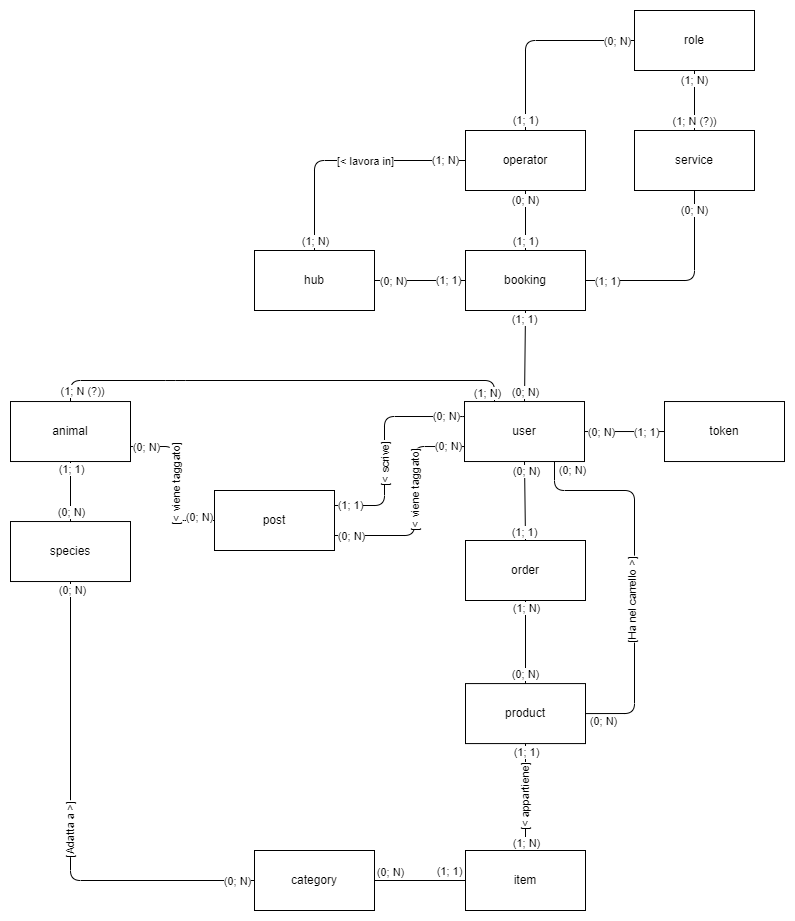
This is docs/db/animal_house_er.png from NotXia/animal-house, a draw.io export, as it was before one commit. Source tidied: cells renumbered, new cells last; positions are measured from the earlier drawing's top-left corner, leaving out a move shared by most shapes.
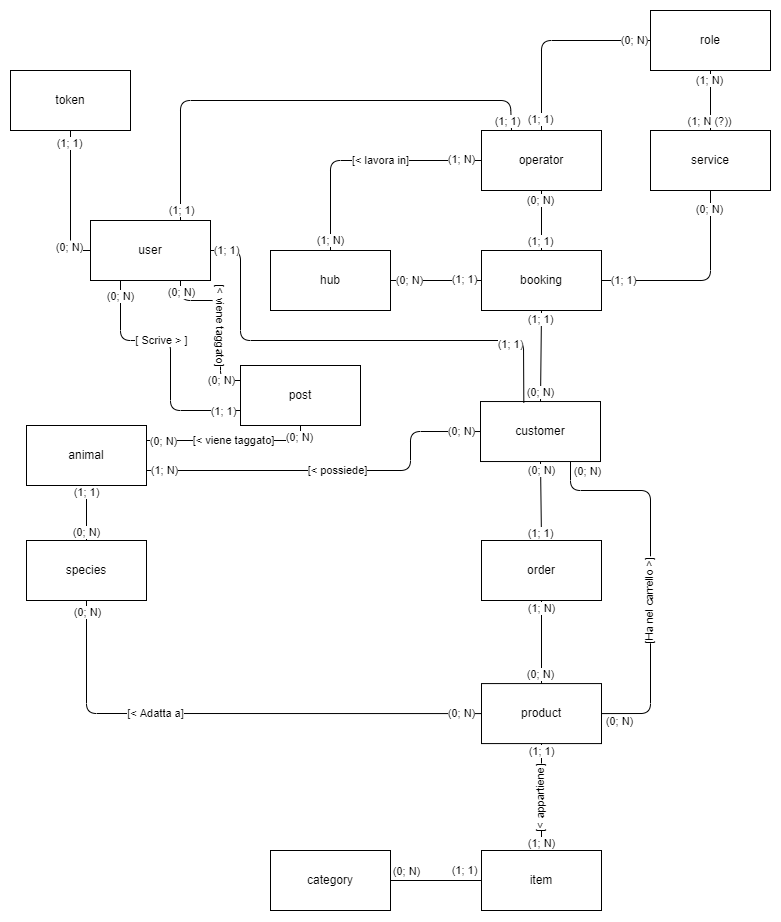
Above is the later version.

The edit, as a diff of the source:
```diff
@@ -2,18 +2,15 @@
   <root>
     <mxCell id="0" />
     <mxCell id="1" parent="0" />
-    <mxCell id="2" value="user" style="rounded=0;whiteSpace=wrap;html=1;" parent="1" vertex="1">
+    <mxCell id="2" value="customer" style="rounded=0;whiteSpace=wrap;html=1;" parent="1" vertex="1">
       <mxGeometry x="454" y="391" width="120" height="60" as="geometry" />
     </mxCell>
     <mxCell id="3" value="token" style="rounded=0;whiteSpace=wrap;html=1;" parent="1" vertex="1">
-      <mxGeometry x="654" y="391" width="120" height="60" as="geometry" />
+      <mxGeometry x="-16" y="60" width="120" height="60" as="geometry" />
     </mxCell>
     <mxCell id="4" value="operator" style="rounded=0;whiteSpace=wrap;html=1;" parent="1" vertex="1">
       <mxGeometry x="455" y="120" width="120" height="60" as="geometry" />
     </mxCell>
-    <mxCell id="5" value="post" style="rounded=0;whiteSpace=wrap;html=1;" parent="1" vertex="1">
-      <mxGeometry x="204" y="480" width="120" height="60" as="geometry" />
-    </mxCell>
     <mxCell id="6" value="booking" style="rounded=0;whiteSpace=wrap;html=1;" parent="1" vertex="1">
       <mxGeometry x="455" y="240" width="120" height="60" as="geometry" />
     </mxCell>
@@ -94,15 +91,15 @@
       </mxGeometry>
     </mxCell>
     <mxCell id="27" value="animal" style="rounded=0;whiteSpace=wrap;html=1;" parent="1" vertex="1">
-      <mxGeometry y="391" width="120" height="60" as="geometry" />
+      <mxGeometry y="415" width="120" height="60" as="geometry" />
     </mxCell>
     <mxCell id="28" value="species" style="rounded=0;whiteSpace=wrap;html=1;" parent="1" vertex="1">
-      <mxGeometry y="511" width="120" height="60" as="geometry" />
+      <mxGeometry y="530" width="120" height="60" as="geometry" />
     </mxCell>
-    <mxCell id="29" style="endArrow=none;html=1;exitX=0.5;exitY=1;exitDx=0;exitDy=0;entryX=0;entryY=0.5;entryDx=0;entryDy=0;" parent="1" edge="1" source="28" target="10">
+    <mxCell id="29" style="endArrow=none;html=1;exitX=0.5;exitY=1;exitDx=0;exitDy=0;entryX=0;entryY=0.5;entryDx=0;entryDy=0;" parent="1" edge="1" source="28" target="13">
       <mxGeometry relative="1" as="geometry">
         <Array as="points">
-          <mxPoint x="60" y="870" />
+          <mxPoint x="60" y="703" />
         </Array>
       </mxGeometry>
     </mxCell>
@@ -116,9 +113,9 @@
         <mxPoint x="29.1" as="offset" />
       </mxGeometry>
     </mxCell>
-    <mxCell id="32" value="[Adatta a &amp;gt;]" style="edgeLabel;html=1;align=center;verticalAlign=middle;direction=east;rotation=-90;" parent="29" vertex="1">
+    <mxCell id="32" value="[&amp;lt; Adatta a]" style="edgeLabel;html=1;align=center;verticalAlign=middle;direction=east;rotation=0;" parent="29" vertex="1">
       <mxGeometry x="-0.24" y="-1" relative="1" as="geometry">
-        <mxPoint y="64.1" as="offset" />
+        <mxPoint x="-13" y="-1" as="offset" />
       </mxGeometry>
     </mxCell>
     <mxCell id="33" style="endArrow=none;html=1;exitX=0.5;exitY=1;exitDx=0;exitDy=0;entryX=0.5;entryY=0;entryDx=0;entryDy=0;" parent="1" edge="1" source="27" target="28">
@@ -134,58 +131,58 @@
         <mxPoint y="-3.4" as="offset" />
       </mxGeometry>
     </mxCell>
-    <mxCell id="36" style="endArrow=none;html=1;exitX=1;exitY=0.25;exitDx=0;exitDy=0;entryX=0;entryY=0.25;entryDx=0;entryDy=0;" parent="1" edge="1" source="5" target="2">
+    <mxCell id="36" style="endArrow=none;html=1;entryX=0.25;entryY=1;entryDx=0;entryDy=0;startArrow=none;exitX=0;exitY=0.75;exitDx=0;exitDy=0;" parent="1" edge="1" source="5" target="82">
       <mxGeometry relative="1" as="geometry">
         <Array as="points">
-          <mxPoint x="374" y="495" />
-          <mxPoint x="374" y="406" />
-          <mxPoint x="450" y="406" />
+          <mxPoint x="144" y="400" />
+          <mxPoint x="144" y="330" />
+          <mxPoint x="94" y="330" />
         </Array>
       </mxGeometry>
     </mxCell>
-    <mxCell id="37" value="(1;&amp;nbsp;1)" style="edgeLabel;html=1;align=center;verticalAlign=middle;" parent="36" vertex="1">
-      <mxGeometry x="-0.76" y="1" relative="1" as="geometry">
-        <mxPoint x="-10.2" as="offset" />
-      </mxGeometry>
-    </mxCell>
     <mxCell id="38" value="(0; N)" style="edgeLabel;html=1;align=center;verticalAlign=middle;" parent="36" vertex="1">
       <mxGeometry x="0.8" relative="1" as="geometry">
-        <mxPoint x="2.1" y="-1" as="offset" />
+        <mxPoint y="-9" as="offset" />
       </mxGeometry>
     </mxCell>
-    <mxCell id="39" value="[&amp;lt; scrive]" style="edgeLabel;html=1;align=center;verticalAlign=middle;rotation=-90;" parent="36" vertex="1">
-      <mxGeometry x="-0.42" y="-2" relative="1" as="geometry">
-        <mxPoint x="-2" y="-27" as="offset" />
-      </mxGeometry>
-    </mxCell>
+    <mxCell id="80" value="[ Scrive &amp;gt; ]" style="edgeLabel;html=1;align=center;verticalAlign=middle;" parent="36" vertex="1">
+      <mxGeometry x="-0.05" y="2" relative="1" as="geometry">
+        <mxPoint x="-7" y="-22" as="offset" />
+      </mxGeometry>
+    </mxCell>
+    <mxCell id="81" value="(1; 1)" style="edgeLabel;html=1;align=center;verticalAlign=middle;" parent="36" vertex="1">
+      <mxGeometry x="-0.63" y="1" relative="1" as="geometry">
+        <mxPoint x="28" as="offset" />
+      </mxGeometry>
+    </mxCell>
-    <mxCell id="40" style="endArrow=none;html=1;entryX=1;entryY=0.75;entryDx=0;entryDy=0;exitX=0;exitY=0.75;exitDx=0;exitDy=0;" parent="1" edge="1" source="2" target="5">
+    <mxCell id="40" style="endArrow=none;html=1;entryX=0;entryY=0.25;entryDx=0;entryDy=0;exitX=0.75;exitY=1;exitDx=0;exitDy=0;" parent="1" edge="1" source="82" target="5">
       <mxGeometry relative="1" as="geometry">
         <Array as="points">
-          <mxPoint x="404" y="436" />
-          <mxPoint x="404" y="525" />
+          <mxPoint x="154" y="290" />
+          <mxPoint x="194" y="290" />
+          <mxPoint x="194" y="370" />
         </Array>
       </mxGeometry>
     </mxCell>
     <mxCell id="41" value="(0;&amp;nbsp;N)" style="edgeLabel;html=1;align=center;verticalAlign=middle;" parent="40" vertex="1">
       <mxGeometry x="-0.76" y="1" relative="1" as="geometry">
-        <mxPoint x="10" y="-2" as="offset" />
+        <mxPoint y="-8" as="offset" />
       </mxGeometry>
     </mxCell>
     <mxCell id="42" value="(0; N)" style="edgeLabel;html=1;align=center;verticalAlign=middle;" parent="40" vertex="1">
       <mxGeometry x="0.8" relative="1" as="geometry">
-        <mxPoint x="-4.1" as="offset" />
+        <mxPoint x="-4" as="offset" />
       </mxGeometry>
     </mxCell>
-    <mxCell id="43" value="[&amp;lt; viene taggato]" style="edgeLabel;html=1;align=center;verticalAlign=middle;rotation=-90;" parent="40" vertex="1">
+    <mxCell id="43" value="[&amp;lt; viene taggato]" style="edgeLabel;html=1;align=center;verticalAlign=middle;rotation=90;" parent="40" vertex="1">
       <mxGeometry x="0.02" y="1" relative="1" as="geometry">
-        <mxPoint x="-1" y="-17.7" as="offset" />
+        <mxPoint x="-1" y="3" as="offset" />
       </mxGeometry>
     </mxCell>
-    <mxCell id="44" style="endArrow=none;html=1;exitX=1;exitY=0.75;exitDx=0;exitDy=0;entryX=0;entryY=0.5;entryDx=0;entryDy=0;" parent="1" edge="1" source="27" target="5">
+    <mxCell id="44" style="endArrow=none;html=1;exitX=1;exitY=0.25;exitDx=0;exitDy=0;entryX=0.5;entryY=1;entryDx=0;entryDy=0;" parent="1" edge="1" source="27" target="5">
       <mxGeometry relative="1" as="geometry">
         <Array as="points">
-          <mxPoint x="164" y="436" />
-          <mxPoint x="164" y="510" />
+          <mxPoint x="274" y="430" />
         </Array>
       </mxGeometry>
     </mxCell>
@@ -199,30 +196,11 @@
         <mxPoint y="-3.4" as="offset" />
       </mxGeometry>
     </mxCell>
-    <mxCell id="47" value="[&amp;lt; viene taggato]" style="edgeLabel;html=1;align=center;verticalAlign=middle;rotation=-90;" parent="44" vertex="1">
+    <mxCell id="47" value="[&amp;lt; viene taggato]" style="edgeLabel;html=1;align=center;verticalAlign=middle;rotation=0;" parent="44" vertex="1">
       <mxGeometry x="0.02" y="1" relative="1" as="geometry">
-        <mxPoint y="1.3" as="offset" />
+        <mxPoint y="1" as="offset" />
       </mxGeometry>
     </mxCell>
-    <mxCell id="48" style="endArrow=none;html=1;exitX=0.5;exitY=0;exitDx=0;exitDy=0;entryX=0.25;entryY=0;entryDx=0;entryDy=0;" parent="1" edge="1" source="27" target="2">
-      <mxGeometry relative="1" as="geometry">
-        <Array as="points">
-          <mxPoint x="60" y="370" />
-          <mxPoint x="165" y="370" />
-          <mxPoint x="484" y="370" />
-        </Array>
-      </mxGeometry>
-    </mxCell>
-    <mxCell id="49" value="(1; N)" style="edgeLabel;html=1;align=center;verticalAlign=middle;" parent="48" vertex="1">
-      <mxGeometry x="0.84" relative="1" as="geometry">
-        <mxPoint x="8.4" y="12" as="offset" />
-      </mxGeometry>
-    </mxCell>
-    <mxCell id="50" value="(1; N (?))" style="edgeLabel;html=1;align=center;verticalAlign=middle;" parent="48" vertex="1">
-      <mxGeometry x="-0.87" relative="1" as="geometry">
-        <mxPoint x="2" y="10" as="offset" />
-      </mxGeometry>
-    </mxCell>
     <mxCell id="51" style="endArrow=none;html=1;entryX=0.75;entryY=1;entryDx=0;entryDy=0;exitX=1;exitY=0.5;exitDx=0;exitDy=0;" parent="1" edge="1" source="13" target="2">
       <mxGeometry relative="1" as="geometry">
         <Array as="points">
@@ -247,18 +225,20 @@
         <mxPoint y="36.6" as="offset" />
       </mxGeometry>
     </mxCell>
-    <mxCell id="55" style="endArrow=none;html=1;entryX=0;entryY=0.5;entryDx=0;entryDy=0;exitX=1;exitY=0.5;exitDx=0;exitDy=0;" parent="1" edge="1" source="2" target="3">
-      <mxGeometry relative="1" as="geometry" />
+    <mxCell id="55" style="endArrow=none;html=1;entryX=0.5;entryY=1;entryDx=0;entryDy=0;exitX=0;exitY=0.5;exitDx=0;exitDy=0;" parent="1" edge="1" source="82" target="3">
+      <mxGeometry relative="1" as="geometry">
+        <Array as="points">
+          <mxPoint x="44" y="240" />
+        </Array>
+      </mxGeometry>
     </mxCell>
     <mxCell id="56" value="(0; N)" style="edgeLabel;html=1;align=center;verticalAlign=middle;" parent="55" vertex="1">
       <mxGeometry x="-0.75" relative="1" as="geometry">
-        <mxPoint x="6.7" as="offset" />
+        <mxPoint x="-4" y="-3" as="offset" />
       </mxGeometry>
     </mxCell>
     <mxCell id="57" value="(1; 1)" style="edgeLabel;html=1;align=center;verticalAlign=middle;" parent="55" vertex="1">
-      <mxGeometry x="0.82" y="1" relative="1" as="geometry">
-        <mxPoint x="-11.1" y="1" as="offset" />
-      </mxGeometry>
+      <mxGeometry x="0.82" y="1" relative="1" as="geometry" />
     </mxCell>
     <mxCell id="58" style="endArrow=none;html=1;entryX=0.5;entryY=1;entryDx=0;entryDy=0;exitX=0.5;exitY=0;exitDx=0;exitDy=0;" parent="1" edge="1" source="2" target="6">
       <mxGeometry relative="1" as="geometry" />
@@ -360,5 +340,71 @@
         <mxPoint x="28" y="3" as="offset" />
       </mxGeometry>
     </mxCell>
+    <mxCell id="82" value="user" style="rounded=0;whiteSpace=wrap;html=1;" parent="1" vertex="1">
+      <mxGeometry x="64" y="210" width="120" height="60" as="geometry" />
+    </mxCell>
+    <mxCell id="83" style="endArrow=none;html=1;entryX=0.75;entryY=0;entryDx=0;entryDy=0;exitX=0.25;exitY=0;exitDx=0;exitDy=0;" parent="1" edge="1" source="4" target="82">
+      <mxGeometry relative="1" as="geometry">
+        <Array as="points">
+          <mxPoint x="484" y="90" />
+          <mxPoint x="154" y="90" />
+        </Array>
+      </mxGeometry>
+    </mxCell>
+    <mxCell id="84" value="(1; 1)" style="edgeLabel;html=1;align=center;verticalAlign=middle;" parent="83" vertex="1">
+      <mxGeometry x="-0.75" relative="1" as="geometry">
+        <mxPoint x="27" y="21" as="offset" />
+      </mxGeometry>
+    </mxCell>
+    <mxCell id="85" value="(1; 1)" style="edgeLabel;html=1;align=center;verticalAlign=middle;" parent="83" vertex="1">
+      <mxGeometry x="0.82" y="1" relative="1" as="geometry">
+        <mxPoint y="33" as="offset" />
+      </mxGeometry>
+    </mxCell>
+    <mxCell id="86" style="endArrow=none;html=1;entryX=1;entryY=0.5;entryDx=0;entryDy=0;exitX=0.361;exitY=0.019;exitDx=0;exitDy=0;exitPerimeter=0;" parent="1" edge="1" source="2" target="82">
+      <mxGeometry relative="1" as="geometry">
+        <Array as="points">
+          <mxPoint x="497" y="330" />
+          <mxPoint x="214" y="330" />
+          <mxPoint x="214" y="240" />
+        </Array>
+      </mxGeometry>
+    </mxCell>
+    <mxCell id="87" value="(1; 1)" style="edgeLabel;html=1;align=center;verticalAlign=middle;" parent="86" vertex="1">
+      <mxGeometry x="-0.75" relative="1" as="geometry">
+        <mxPoint x="-13" as="offset" />
+      </mxGeometry>
+    </mxCell>
+    <mxCell id="88" value="(1; 1)" style="edgeLabel;html=1;align=center;verticalAlign=middle;" parent="86" vertex="1">
+      <mxGeometry x="0.82" y="1" relative="1" as="geometry">
+        <mxPoint x="-13" y="-12" as="offset" />
+      </mxGeometry>
+    </mxCell>
+    <mxCell id="5" value="post" style="rounded=0;whiteSpace=wrap;html=1;" parent="1" vertex="1">
+      <mxGeometry x="214" y="355" width="120" height="60" as="geometry" />
+    </mxCell>
+    <mxCell id="48" style="endArrow=none;html=1;exitX=1;exitY=0.75;exitDx=0;exitDy=0;entryX=0;entryY=0.5;entryDx=0;entryDy=0;" parent="1" edge="1" source="27" target="2">
+      <mxGeometry relative="1" as="geometry">
+        <Array as="points">
+          <mxPoint x="384" y="460" />
+          <mxPoint x="384" y="421" />
+        </Array>
+      </mxGeometry>
+    </mxCell>
+    <mxCell id="49" value="(1;&amp;nbsp;N)" style="edgeLabel;html=1;align=center;verticalAlign=middle;" parent="48" vertex="1">
+      <mxGeometry x="-0.76" y="1" relative="1" as="geometry">
+        <mxPoint x="-27" y="1" as="offset" />
+      </mxGeometry>
+    </mxCell>
+    <mxCell id="89" value="(0; N)" style="edgeLabel;html=1;align=center;verticalAlign=middle;" parent="48" vertex="1">
+      <mxGeometry x="0.8" relative="1" as="geometry">
+        <mxPoint x="17" as="offset" />
+      </mxGeometry>
+    </mxCell>
+    <mxCell id="90" value="[&amp;lt; possiede]" style="edgeLabel;html=1;align=center;verticalAlign=middle;rotation=0;" parent="48" vertex="1">
+      <mxGeometry x="0.02" y="1" relative="1" as="geometry">
+        <mxPoint y="1" as="offset" />
+      </mxGeometry>
+    </mxCell>
   </root>
 </mxGraphModel>
```
